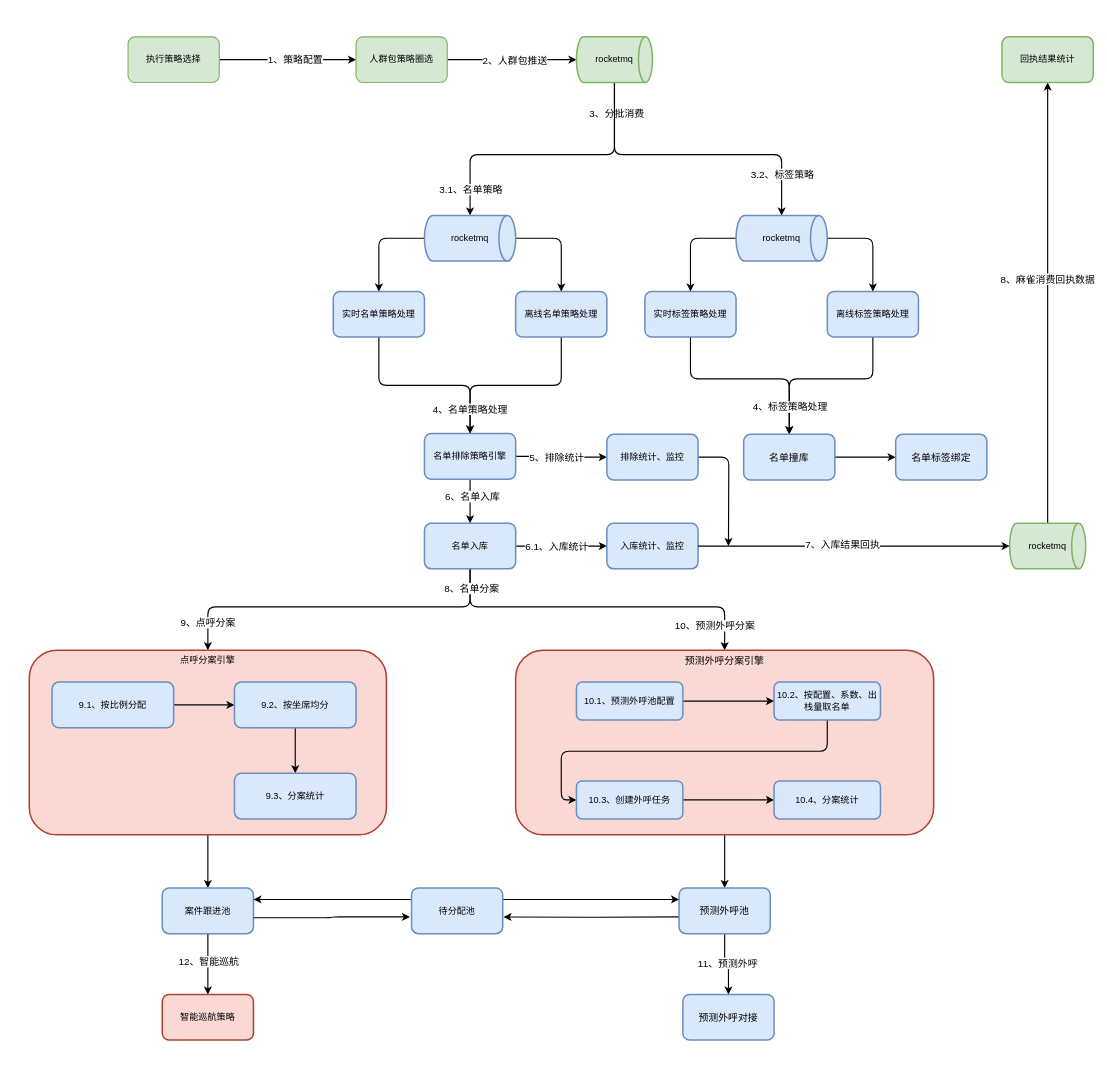
yuanlj-tea/picgo keeps this draw.io diagram as 电销系统运行架构图.drawio. Above is the earlier version. Source tidied: cells renumbered, new cells numbered last; positions are measured from the earlier drawing's top-left corner, leaving out a move shared by most shapes. Both pictures are drawn from the tidied source at 76%, with x=0, y=0 at pixel (29, 36).
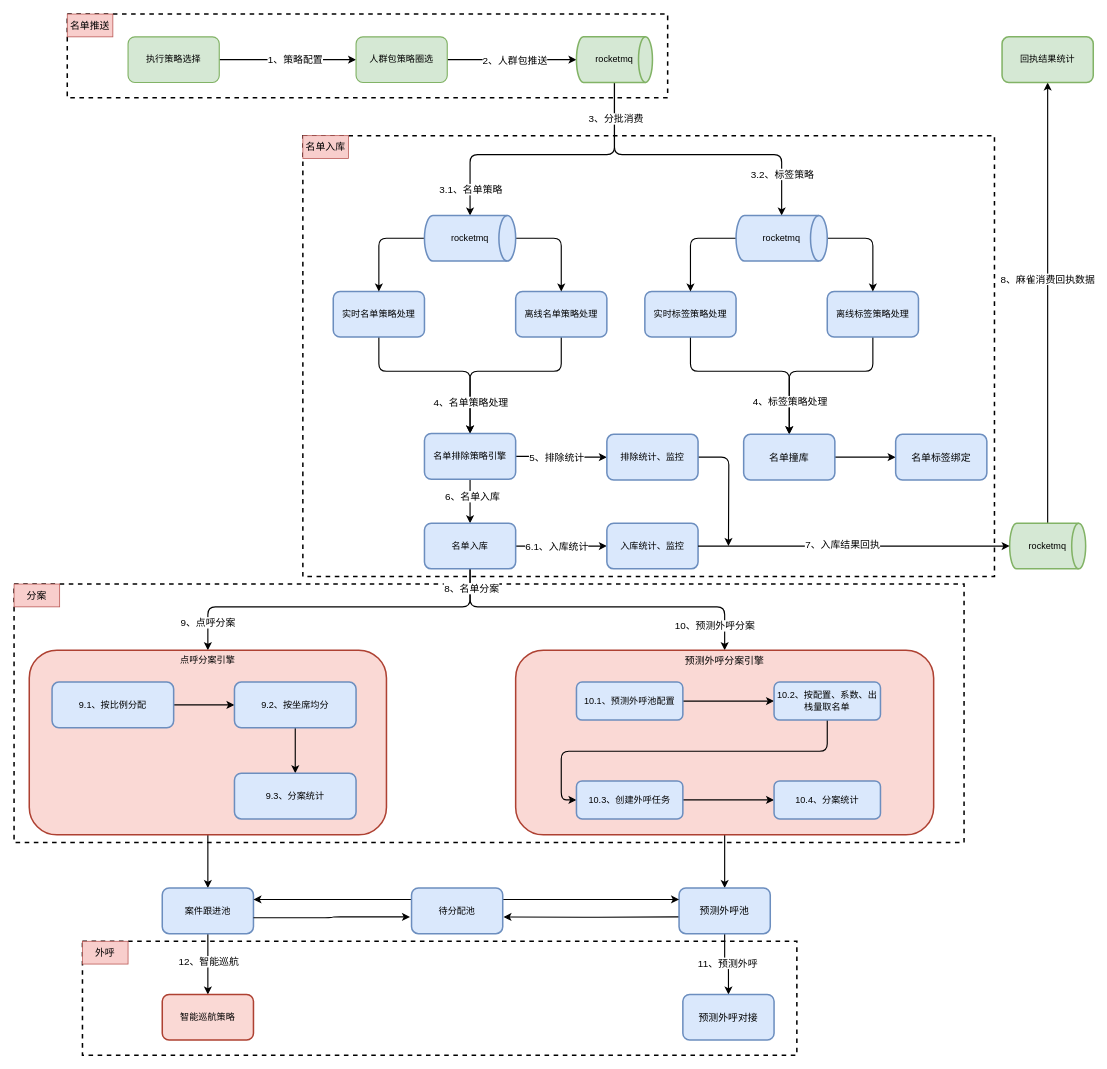
The same diagram, later.

Commit message (it also covers changes not shown here):
更新电销系统运行架构图.drawio

The change refers to these unchanged cells:
```xml
<mxCell id="8" style="edgeStyle=orthogonalEdgeStyle;shape=connector;rounded=1;jettySize=auto;html=1;labelBackgroundColor=default;strokeColor=default;strokeWidth=1.5;align=center;verticalAlign=middle;fontFamily=Helvetica;fontSize=12;fontColor=default;endArrow=classic;entryX=0.5;entryY=0;entryDx=0;entryDy=0;entryPerimeter=0;" parent="1" edge="1" source="12" target="82">
  <mxGeometry relative="1" as="geometry">
    <Array as="points">
      <mxPoint x="770" y="155" />
      <mxPoint x="580" y="155" />
    </Array>
  </mxGeometry>
</mxCell>
<mxCell id="10" style="edgeStyle=orthogonalEdgeStyle;shape=connector;rounded=1;jettySize=auto;html=1;labelBackgroundColor=default;strokeColor=default;strokeWidth=1.5;align=center;verticalAlign=middle;fontFamily=Helvetica;fontSize=12;fontColor=default;endArrow=classic;entryX=0.5;entryY=0;entryDx=0;entryDy=0;entryPerimeter=0;" parent="1" edge="1" source="12" target="83">
  <mxGeometry relative="1" as="geometry">
    <Array as="points">
      <mxPoint x="770" y="155" />
      <mxPoint x="990" y="155" />
    </Array>
  </mxGeometry>
</mxCell>
<mxCell id="15" value="实时名单策略处理" style="whiteSpace=wrap;html=1;fillColor=#dae8fc;strokeColor=#6c8ebf;strokeWidth=2;rounded=1;" parent="1" vertex="1">
  <mxGeometry x="400" y="335" width="120" height="60" as="geometry" />
</mxCell>
<mxCell id="18" value="离线名单策略处理" style="whiteSpace=wrap;html=1;fillColor=#dae8fc;strokeColor=#6c8ebf;strokeWidth=2;rounded=1;" parent="1" vertex="1">
  <mxGeometry x="640" y="335" width="120" height="60" as="geometry" />
</mxCell>
<mxCell id="20" value="离线标签策略处理" style="whiteSpace=wrap;html=1;fillColor=#dae8fc;strokeColor=#6c8ebf;strokeWidth=2;rounded=1;" parent="1" vertex="1">
  <mxGeometry x="1050" y="335" width="120" height="60" as="geometry" />
</mxCell>
<mxCell id="25" value="实时标签策略处理" style="whiteSpace=wrap;html=1;fillColor=#dae8fc;strokeColor=#6c8ebf;strokeWidth=2;rounded=1;" parent="1" vertex="1">
  <mxGeometry x="810" y="335" width="120" height="60" as="geometry" />
</mxCell>
<mxCell id="34" value="名单排除策略引擎" style="whiteSpace=wrap;html=1;fillColor=#dae8fc;strokeColor=#6c8ebf;strokeWidth=2;rounded=1;" parent="1" vertex="1">
  <mxGeometry x="520" y="522" width="120" height="60" as="geometry" />
</mxCell>
<mxCell id="52" value="名单撞库" style="whiteSpace=wrap;html=1;fillColor=#dae8fc;strokeColor=#6c8ebf;strokeWidth=2;rounded=1;labelBackgroundColor=none;align=center;verticalAlign=middle;fontFamily=Helvetica;fontSize=13;fontColor=default;" parent="1" vertex="1">
  <mxGeometry x="940" y="523" width="120" height="60" as="geometry" />
</mxCell>
```

What changed in the source:
```diff
@@
+    <mxCell id="84" style="rounded=0;whiteSpace=wrap;html=1;labelBackgroundColor=default;align=center;verticalAlign=middle;fontFamily=Helvetica;fontSize=13;fontColor=default;fillColor=none;gradientColor=none;dashed=1;strokeWidth=2;" parent="1" vertex="1">
+      <mxGeometry x="70" y="1190" width="940" height="150" as="geometry" />
+    </mxCell>
+    <mxCell id="85" style="rounded=0;whiteSpace=wrap;html=1;labelBackgroundColor=default;align=center;verticalAlign=middle;fontFamily=Helvetica;fontSize=13;fontColor=default;fillColor=none;gradientColor=none;dashed=1;strokeWidth=2;" parent="1" vertex="1">
+      <mxGeometry x="-20" y="720" width="1250" height="340" as="geometry" />
+    </mxCell>
+    <mxCell id="86" style="rounded=0;whiteSpace=wrap;html=1;labelBackgroundColor=default;align=center;verticalAlign=middle;fontFamily=Helvetica;fontSize=13;fontColor=default;fillColor=none;gradientColor=none;dashed=1;strokeWidth=2;" parent="1" vertex="1">
+      <mxGeometry x="360" y="130" width="910" height="580" as="geometry" />
+    </mxCell>
@@
-    <mxCell id="9" value="3、分批消费" style="edgeLabel;html=1;align=center;verticalAlign=middle;fontSize=13;fontFamily=Helvetica;fontColor=default;fontStyle=0;" parent="8" vertex="1">
-      <mxGeometry x="-0.2" y="-2" relative="1" as="geometry">
-        <mxPoint x="53" y="-53" as="offset" />
-      </mxGeometry>
-    </mxCell>
@@
+    <mxCell id="9" value="3、分批消费" style="edgeLabel;html=1;align=center;verticalAlign=middle;fontSize=13;fontFamily=Helvetica;fontColor=default;" parent="10" vertex="1">
+      <mxGeometry x="-0.76" y="1" relative="1" as="geometry" />
+    </mxCell>
@@
     <mxCell id="14" style="edgeStyle=orthogonalEdgeStyle;shape=connector;rounded=1;jettySize=auto;html=1;entryX=0.5;entryY=0;entryDx=0;entryDy=0;labelBackgroundColor=default;strokeColor=default;strokeWidth=1.5;align=center;verticalAlign=middle;fontFamily=Helvetica;fontSize=12;fontColor=default;endArrow=classic;" parent="1" edge="1" source="15" target="34">
-      <mxGeometry relative="1" as="geometry" />
+      <mxGeometry relative="1" as="geometry">
+        <Array as="points">
+          <mxPoint x="460" y="440" />
+          <mxPoint x="580" y="440" />
+        </Array>
+      </mxGeometry>
     </mxCell>
@@
     <mxCell id="16" style="edgeStyle=orthogonalEdgeStyle;shape=connector;rounded=1;jettySize=auto;html=1;entryX=0.5;entryY=0;entryDx=0;entryDy=0;labelBackgroundColor=default;strokeColor=default;strokeWidth=1.5;align=center;verticalAlign=middle;fontFamily=Helvetica;fontSize=12;fontColor=default;endArrow=classic;" parent="1" edge="1" source="18" target="34">
-      <mxGeometry relative="1" as="geometry" />
+      <mxGeometry relative="1" as="geometry">
+        <Array as="points">
+          <mxPoint x="700" y="440" />
+          <mxPoint x="580" y="440" />
+        </Array>
+      </mxGeometry>
     </mxCell>
     <mxCell id="17" value="4、名单策略处理" style="edgeLabel;html=1;align=center;verticalAlign=middle;fontSize=13;fontFamily=Helvetica;fontColor=default;" parent="16" vertex="1">
-      <mxGeometry x="0.73" y="-1" relative="1" as="geometry" />
+      <mxGeometry x="0.73" y="-1" relative="1" as="geometry">
+        <mxPoint x="1" y="-9" as="offset" />
+      </mxGeometry>
     </mxCell>
@@
     <mxCell id="19" style="edgeStyle=orthogonalEdgeStyle;shape=connector;rounded=1;jettySize=auto;html=1;labelBackgroundColor=default;strokeColor=default;strokeWidth=1.5;align=center;verticalAlign=middle;fontFamily=Helvetica;fontSize=13;fontColor=default;endArrow=classic;entryX=0.5;entryY=0;entryDx=0;entryDy=0;" parent="1" edge="1" source="20" target="52">
       <mxGeometry relative="1" as="geometry">
         <Array as="points">
-          <mxPoint x="1110" y="450" />
-          <mxPoint x="1000" y="450" />
+          <mxPoint x="1110" y="440" />
+          <mxPoint x="1000" y="440" />
         </Array>
       </mxGeometry>
     </mxCell>
@@
     <mxCell id="23" style="edgeStyle=orthogonalEdgeStyle;shape=connector;rounded=1;jettySize=auto;html=1;labelBackgroundColor=default;strokeColor=default;strokeWidth=1.5;align=center;verticalAlign=middle;fontFamily=Helvetica;fontSize=13;fontColor=default;endArrow=classic;entryX=0.5;entryY=0;entryDx=0;entryDy=0;" parent="1" edge="1" source="25" target="52">
       <mxGeometry relative="1" as="geometry">
         <Array as="points">
-          <mxPoint x="870" y="450" />
-          <mxPoint x="1000" y="450" />
+          <mxPoint x="870" y="440" />
+          <mxPoint x="1000" y="440" />
         </Array>
       </mxGeometry>
     </mxCell>
     <mxCell id="24" value="4、标签策略处理" style="edgeLabel;html=1;align=center;verticalAlign=middle;fontSize=13;fontFamily=Helvetica;fontColor=default;" parent="23" vertex="1">
       <mxGeometry x="0.67" y="-1" relative="1" as="geometry">
-        <mxPoint x="1" y="6" as="offset" />
+        <mxPoint x="1" y="-1" as="offset" />
       </mxGeometry>
     </mxCell>
@@
+    <mxCell id="87" value="名单入库" style="text;html=1;strokeColor=#b85450;fillColor=#f8cecc;align=center;verticalAlign=middle;whiteSpace=wrap;rounded=0;fontSize=13;fontFamily=Helvetica;" parent="1" vertex="1">
+      <mxGeometry x="360" y="130" width="60" height="30" as="geometry" />
+    </mxCell>
+    <mxCell id="88" value="分案" style="text;html=1;strokeColor=#b85450;fillColor=#f8cecc;align=center;verticalAlign=middle;whiteSpace=wrap;rounded=0;fontSize=13;fontFamily=Helvetica;" parent="1" vertex="1">
+      <mxGeometry x="-20" y="720" width="60" height="30" as="geometry" />
+    </mxCell>
+    <mxCell id="89" value="外呼" style="text;html=1;strokeColor=#b85450;fillColor=#f8cecc;align=center;verticalAlign=middle;whiteSpace=wrap;rounded=0;fontSize=13;fontFamily=Helvetica;" parent="1" vertex="1">
+      <mxGeometry x="70" y="1190" width="60" height="30" as="geometry" />
+    </mxCell>
+    <mxCell id="90" style="rounded=0;whiteSpace=wrap;html=1;labelBackgroundColor=default;align=center;verticalAlign=middle;fontFamily=Helvetica;fontSize=13;fontColor=default;fillColor=none;gradientColor=none;dashed=1;strokeWidth=2;" parent="1" vertex="1">
+      <mxGeometry x="50" y="-30" width="790" height="110" as="geometry" />
+    </mxCell>
+    <mxCell id="91" value="名单推送" style="text;html=1;strokeColor=#b85450;fillColor=#f8cecc;align=center;verticalAlign=middle;whiteSpace=wrap;rounded=0;fontSize=13;fontFamily=Helvetica;" parent="1" vertex="1">
+      <mxGeometry x="50" y="-30" width="60" height="30" as="geometry" />
+    </mxCell>
```
